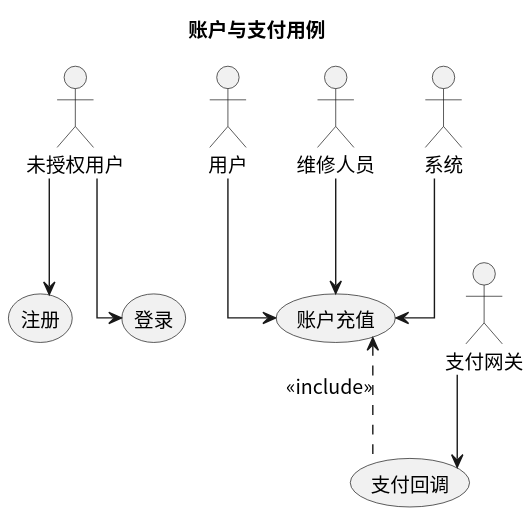
This is usecase/docs/backend/img/account_payment.svg from greenhandzdl/charging-station-doc, a PlantUML export, as it was before one commit. Source of this version:
```plantuml
@startuml
skinparam defaultFontName "Noto Sans CJK SC"
skinparam defaultFontSize 14
title 账户与支付用例
skinparam linetype ortho

actor "未授权用户" as G
actor "用户" as U
actor "维修人员" as M
actor "支付网关" as P
actor "系统" as S

(注册)
(登录)
(账户充值)
(支付回调)

G --> 注册
G --> 登录
U --> 账户充值
M --> 账户充值
P --> 支付回调
S --> 账户充值

账户充值 <.down. 支付回调 : <<include>>
@enduml
```
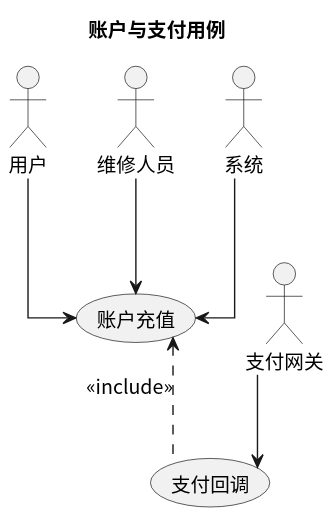
Above is the later version.

Change to the diagram source:
```diff
@@ -4,19 +4,14 @@
 title 账户与支付用例
 skinparam linetype ortho
 
-actor "未授权用户" as G
 actor "用户" as U
 actor "维修人员" as M
 actor "支付网关" as P
 actor "系统" as S
 
-(注册)
-(登录)
 (账户充值)
 (支付回调)
 
-G --> 注册
-G --> 登录
 U --> 账户充值
 M --> 账户充值
 P --> 支付回调
```
